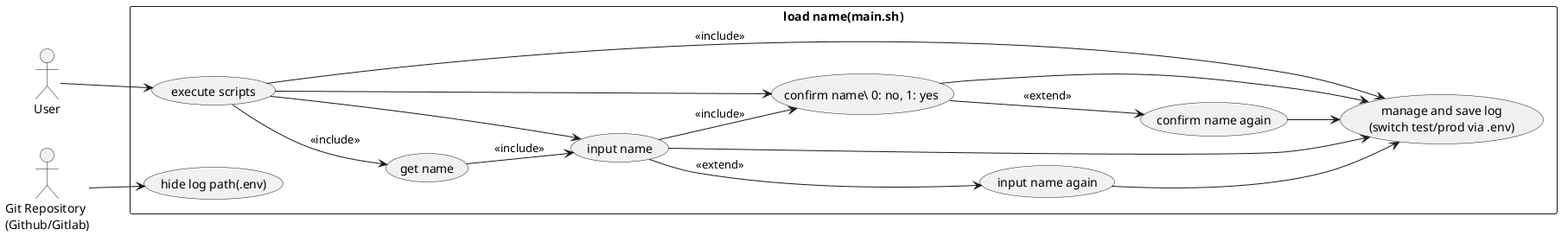
This is docs/load-name_usecase.png from Jumacde/shellscript_loadname, a PlantUML export, as it was before one commit.
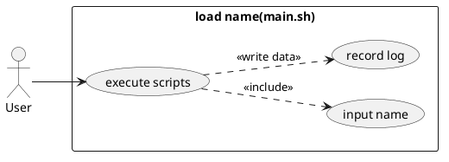
Above is the later version.

Commit message:
edit usecase diagram

The edit, as a diff of the source:
```diff
@@ -4,35 +4,13 @@
 left to right direction
 
 actor "User" as user
-actor "Git Repository\n(Github/Gitlab)" as git
-
 rectangle "load name(main.sh)" {
 	usecase "execute scripts" as main
 	usecase "input name" as input
-	usecase "confirm name\ 0: no, 1: yes " as conf
-	usecase "input name again" as re_input
-	usecase "confirm name again" as re_conf
-	usecase "get name" as get
-	usecase "manage and save log\n(switch test/prod via .env)" as log
-	usecase "hide log path(.env)" as git_hide
+	usecase "record log" as log
 }
 
 user --> main
-main --> get: << include >>
-get --> input: << include >>
-input --> conf: << include >>
-conf --> re_conf: << extend >>
-input --> re_input: << extend >>
-main --> log: << include >>
-main --> input << include >>
-main --> conf << include >>
-conf --> log << include >>
-input --> log << include >>
-re_conf --> log << include >>
-re_input --> log << include >>
-
-git --> git_hide
-
-
-
+main ..> input: << include >>
+main ..> log: << write data >>
 @enduml
```
